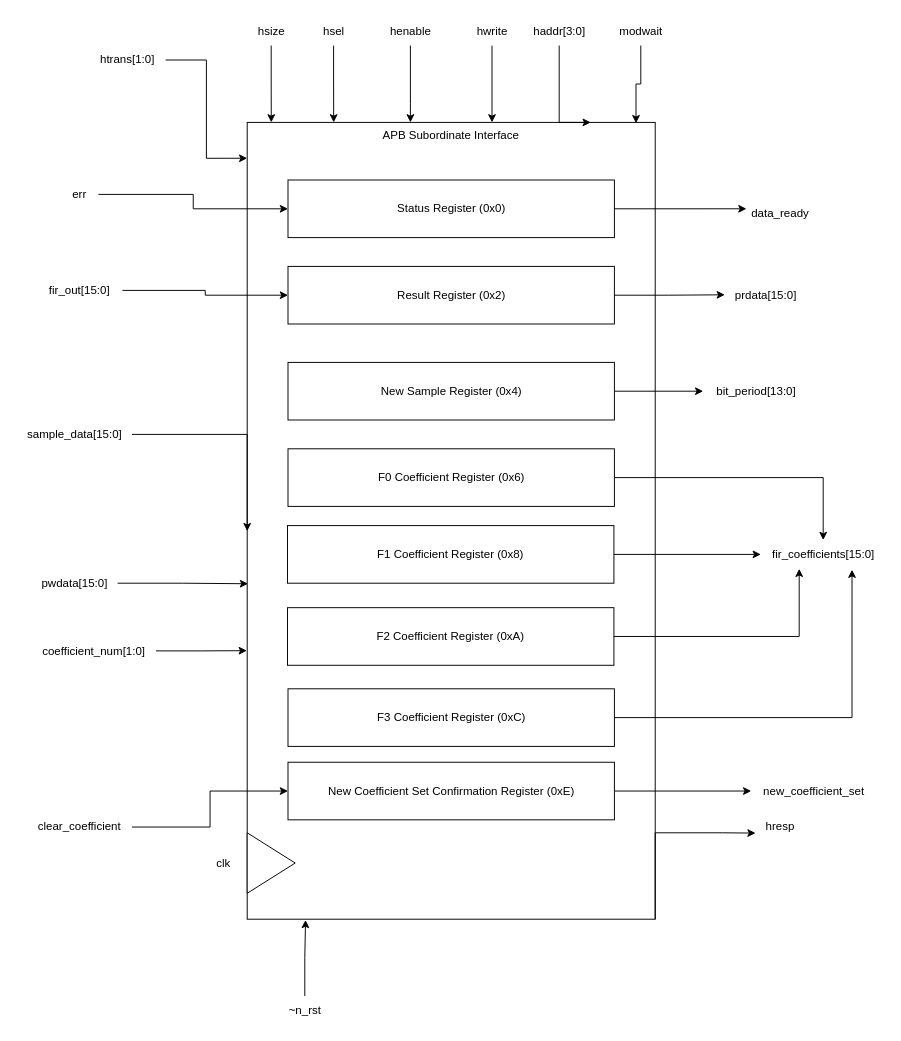
Before: lab 9.drawio in Charvles/ECE337, a draw.io diagram. Source tidied: cells renumbered, new cells numbered last; positions are measured from the earlier drawing's top-left corner, leaving out a move shared by most shapes. Both pictures are drawn from the tidied source at 96%, with x=0, y=0 at pixel (16, 16).
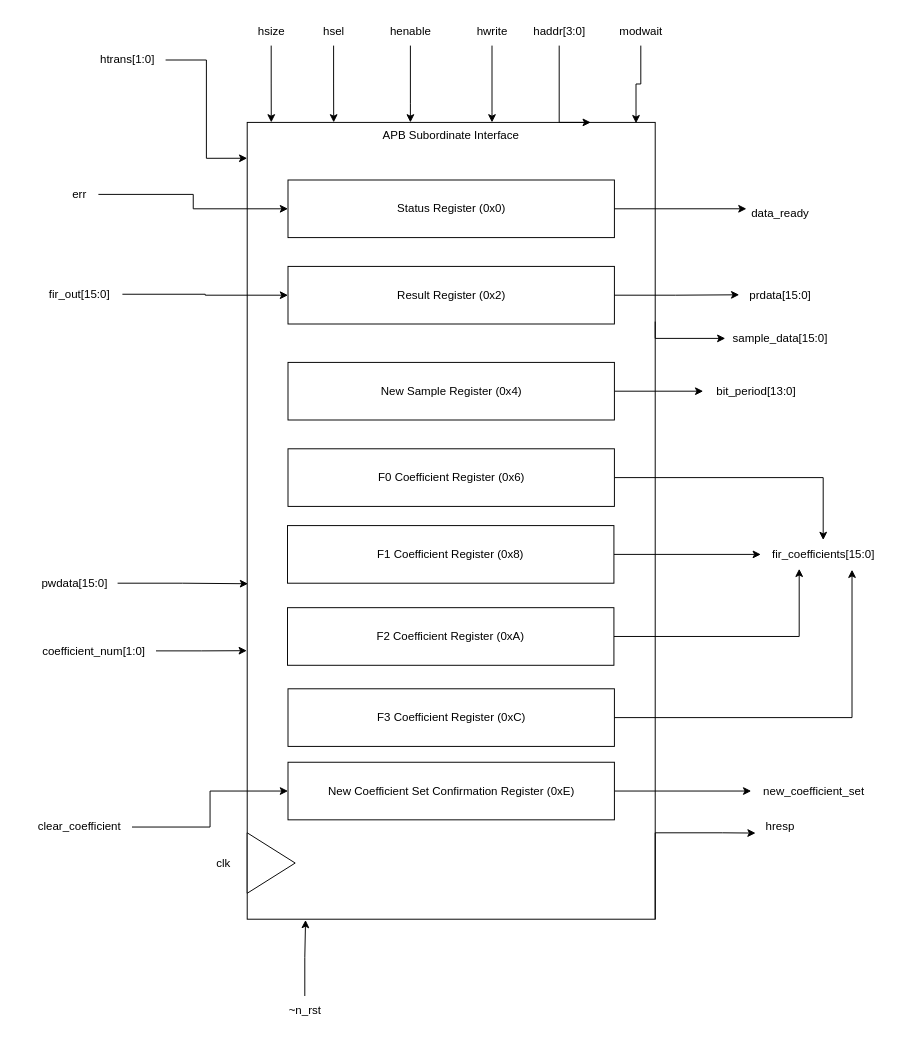
After the change.

Unchanged cells that the change refers to:
```xml
<mxCell id="4" value="&lt;div&gt;APB Subordinate Interface&lt;/div&gt;" style="rounded=0;whiteSpace=wrap;html=1;align=center;verticalAlign=top;" parent="1" vertex="1">
  <mxGeometry x="240" y="110" width="425" height="830" as="geometry" />
</mxCell>
```

Diff of the diagram source:
```diff
@@
     <mxCell id="15" value="sample_data[15:0]" style="text;html=1;align=center;verticalAlign=middle;points=[];strokeColor=none;fillColor=none;" parent="1" vertex="1">
-      <mxGeometry y="420" width="120" height="30" as="geometry" />
+      <mxGeometry x="735" y="320" width="120" height="30" as="geometry" />
     </mxCell>
@@
     <mxCell id="24" value="prdata[15:0]" style="text;html=1;align=center;verticalAlign=middle;points=[];strokeColor=none;fillColor=none;" parent="1" vertex="1">
-      <mxGeometry x="735" y="275" width="90" height="30" as="geometry" />
+      <mxGeometry x="750" y="275" width="90" height="30" as="geometry" />
     </mxCell>
@@
-    <mxCell id="31" style="edgeStyle=orthogonalEdgeStyle;rounded=0;jettySize=auto;html=1;entryX=0;entryY=0.513;entryDx=0;entryDy=0;entryPerimeter=0;" parent="1" edge="1" source="15" target="4">
-      <mxGeometry relative="1" as="geometry">
-        <Array as="points">
-          <mxPoint x="240" y="435" />
-        </Array>
-      </mxGeometry>
-    </mxCell>
@@
     <mxCell id="49" value="fir_out[15:0]" style="text;html=1;align=center;verticalAlign=middle;points=[];strokeColor=none;fillColor=none;" parent="1" vertex="1">
-      <mxGeometry x="20" y="270" width="90" height="30" as="geometry" />
+      <mxGeometry x="20" y="274" width="90" height="30" as="geometry" />
     </mxCell>
@@
+    <mxCell id="56" style="edgeStyle=orthogonalEdgeStyle;rounded=0;jettySize=auto;html=1;exitX=1;exitY=0.25;exitDx=0;exitDy=0;entryX=0.025;entryY=0.5;entryDx=0;entryDy=0;entryPerimeter=0;" parent="1" edge="1" source="4" target="15">
+      <mxGeometry relative="1" as="geometry">
+        <Array as="points">
+          <mxPoint x="665" y="335" />
+        </Array>
+      </mxGeometry>
+    </mxCell>
```
